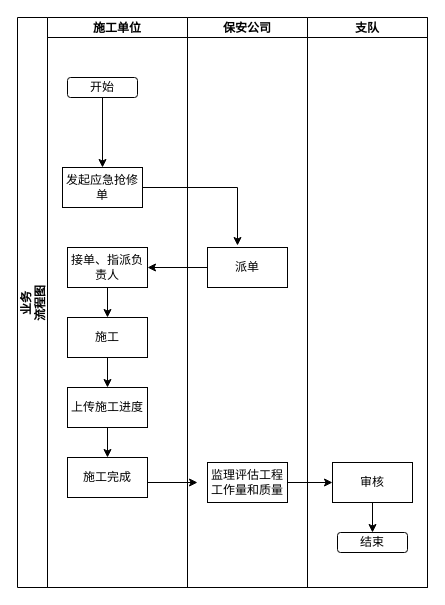
Above: design/施工单位发起-应急.drawio in huyongchao98/dapp (draw.io), before the change. Source tidied: cells renumbered, new cells numbered last; positions are measured from the earlier drawing's top-left corner, leaving out a move shared by most shapes. Both pictures are drawn from the tidied source at 100%, with x=0, y=0 at pixel (17, 17).
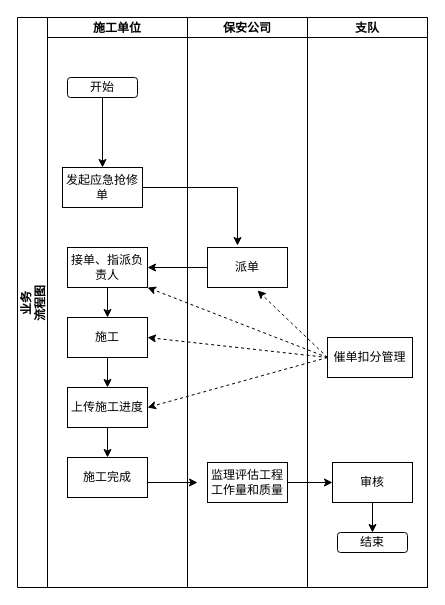
The same page after the edit.

Commit message:
更新施工单位发起-应急.drawio

The change refers to these unchanged cells:
```xml
<mxCell id="2" value="业务&#10;流程图" style="swimlane;startSize=30;horizontal=0;" parent="1" vertex="1">
  <mxGeometry width="410" height="570" as="geometry" />
</mxCell>
<mxCell id="8" value="发起应急抢修单" style="rounded=0;whiteSpace=wrap;html=1;" parent="5" vertex="1">
  <mxGeometry x="15" y="150" width="80" height="40" as="geometry" />
</mxCell>
<mxCell id="10" value="接单、指派负责人" style="rounded=0;whiteSpace=wrap;html=1;" parent="5" vertex="1">
  <mxGeometry x="20" y="230" width="80" height="40" as="geometry" />
</mxCell>
<mxCell id="12" value="施工" style="rounded=0;whiteSpace=wrap;html=1;" parent="5" vertex="1">
  <mxGeometry x="20" y="300" width="80" height="40" as="geometry" />
</mxCell>
<mxCell id="14" value="上传施工进度" style="rounded=0;whiteSpace=wrap;html=1;" parent="5" vertex="1">
  <mxGeometry x="20" y="370" width="80" height="40" as="geometry" />
</mxCell>
<mxCell id="18" value="派单" style="rounded=0;whiteSpace=wrap;html=1;" parent="17" vertex="1">
  <mxGeometry x="20" y="230" width="80" height="40" as="geometry" />
</mxCell>
<mxCell id="20" value="支队" style="swimlane;startSize=20;" parent="2" vertex="1">
  <mxGeometry x="290" width="120" height="570" as="geometry" />
</mxCell>
```

Diff of the diagram source:
```diff
@@
+    <mxCell id="24" style="edgeStyle=orthogonalEdgeStyle;rounded=0;jettySize=auto;html=1;entryX=0.375;entryY=-0.05;entryDx=0;entryDy=0;entryPerimeter=0;" parent="2" edge="1" source="8" target="18">
+      <mxGeometry relative="1" as="geometry" />
+    </mxCell>
@@
-    <mxCell id="24" style="edgeStyle=orthogonalEdgeStyle;rounded=0;jettySize=auto;html=1;entryX=0.375;entryY=-0.05;entryDx=0;entryDy=0;entryPerimeter=0;" parent="2" edge="1" source="8" target="18">
-      <mxGeometry relative="1" as="geometry" />
-    </mxCell>
+    <mxCell id="25" value="催单扣分管理" style="rounded=0;whiteSpace=wrap;html=1;" parent="20" vertex="1">
+      <mxGeometry x="20" y="320" width="85" height="40" as="geometry" />
+    </mxCell>
+    <mxCell id="26" style="edgeStyle=none;rounded=0;jettySize=auto;html=1;entryX=0.625;entryY=1.075;entryDx=0;entryDy=0;entryPerimeter=0;dashed=1;exitX=0;exitY=0.5;exitDx=0;exitDy=0;" parent="2" edge="1" source="25" target="18">
+      <mxGeometry relative="1" as="geometry" />
+    </mxCell>
+    <mxCell id="27" style="edgeStyle=none;rounded=0;jettySize=auto;html=1;entryX=1;entryY=1;entryDx=0;entryDy=0;exitX=0;exitY=0.5;exitDx=0;exitDy=0;dashed=1;" parent="2" edge="1" source="25" target="10">
+      <mxGeometry relative="1" as="geometry" />
+    </mxCell>
+    <mxCell id="28" style="edgeStyle=none;rounded=0;jettySize=auto;html=1;entryX=1;entryY=0.5;entryDx=0;entryDy=0;exitX=0;exitY=0.5;exitDx=0;exitDy=0;dashed=1;" parent="2" edge="1" source="25" target="12">
+      <mxGeometry relative="1" as="geometry" />
+    </mxCell>
+    <mxCell id="29" style="edgeStyle=none;rounded=0;jettySize=auto;html=1;entryX=1;entryY=0.5;entryDx=0;entryDy=0;dashed=1;" parent="2" edge="1" target="14">
+      <mxGeometry relative="1" as="geometry">
+        <mxPoint x="310" y="340" as="sourcePoint" />
+      </mxGeometry>
+    </mxCell>
```
